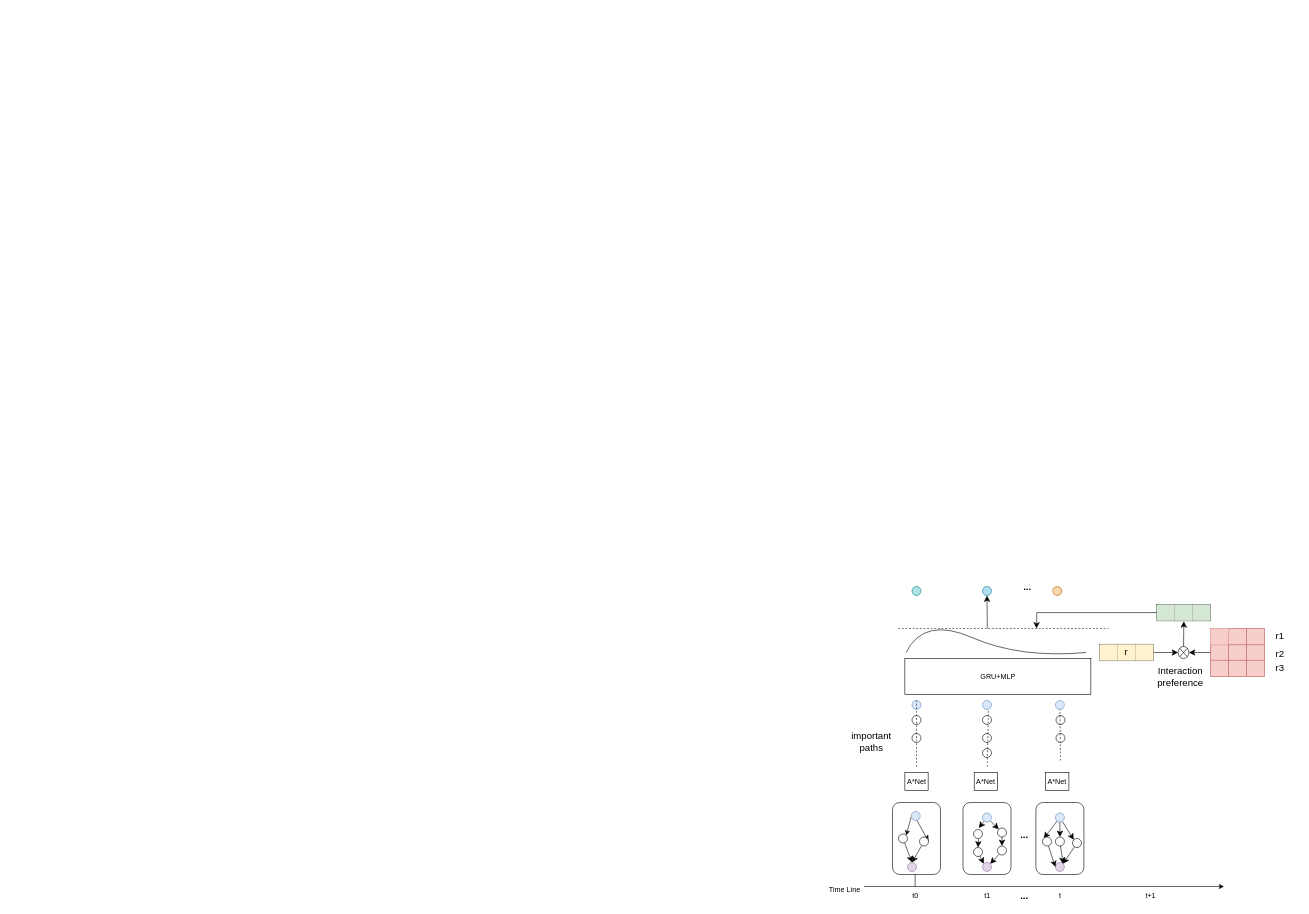
Earlier version of the draw.io diagram 未命名绘图.drawio (LNqwn/BISHE-GRAPH). Source tidied: cells renumbered, new cells numbered last; positions are measured from the earlier drawing's top-left corner, leaving out a move shared by most shapes. Both pictures are drawn from the tidied source at 60%, with x=0, y=0 at pixel (820, 577).
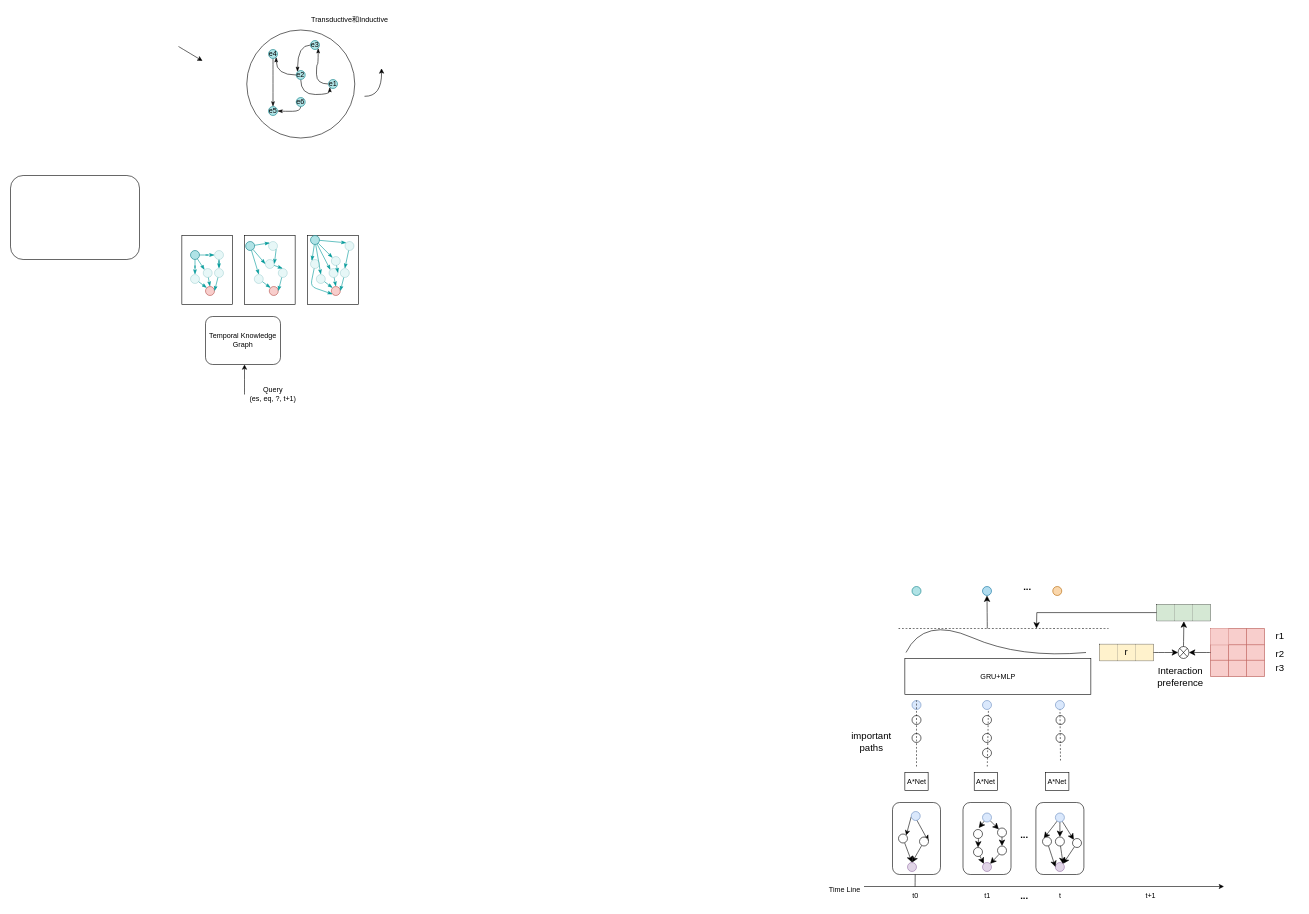
The same diagram, later.

Commit message (it also covers changes not shown here):
更新未命名绘图.drawio

What changed in the source:
```diff
@@
+    <mxCell id="105" value="Transductive和Inductive" style="text;html=1;align=center;verticalAlign=middle;strokeColor=none;fillColor=none;" parent="1" vertex="1">
+      <mxGeometry x="-860" y="-945" width="150" height="30" as="geometry" />
+    </mxCell>
+    <mxCell id="106" style="ellipse;whiteSpace=wrap;html=1;" parent="1" vertex="1">
+      <mxGeometry x="-956.2" y="-912.5" width="180" height="180" as="geometry" />
+    </mxCell>
+    <mxCell id="107" style="edgeStyle=orthogonalEdgeStyle;curved=1;rounded=0;jettySize=auto;html=1;entryX=0.5;entryY=0;entryDx=0;entryDy=0;endArrow=classicThin;endFill=1;" parent="1" edge="1" source="108" target="116">
+      <mxGeometry relative="1" as="geometry" />
+    </mxCell>
+    <mxCell id="108" value="e4" style="ellipse;whiteSpace=wrap;html=1;fillColor=#b0e3e6;strokeColor=#0e8088;" parent="1" vertex="1">
+      <mxGeometry x="-920" y="-880" width="15" height="15" as="geometry" />
+    </mxCell>
+    <mxCell id="109" style="edgeStyle=orthogonalEdgeStyle;curved=1;rounded=0;jettySize=auto;html=1;entryX=1;entryY=1;entryDx=0;entryDy=0;endArrow=classicThin;endFill=1;" parent="1" edge="1" source="110" target="118">
+      <mxGeometry relative="1" as="geometry">
+        <Array as="points">
+          <mxPoint x="-840" y="-822" />
+          <mxPoint x="-840" y="-855" />
+        </Array>
+      </mxGeometry>
+    </mxCell>
+    <mxCell id="110" value="e1" style="ellipse;whiteSpace=wrap;html=1;fillColor=#b0e3e6;strokeColor=#0e8088;" parent="1" vertex="1">
+      <mxGeometry x="-820" y="-830" width="15" height="15" as="geometry" />
+    </mxCell>
+    <mxCell id="111" style="edgeStyle=orthogonalEdgeStyle;curved=1;rounded=0;jettySize=auto;html=1;entryX=1;entryY=0.5;entryDx=0;entryDy=0;endArrow=classicThin;endFill=1;" parent="1" edge="1" source="112" target="116">
+      <mxGeometry relative="1" as="geometry">
+        <Array as="points">
+          <mxPoint x="-866" y="-777" />
+          <mxPoint x="-894" y="-777" />
+        </Array>
+      </mxGeometry>
+    </mxCell>
+    <mxCell id="112" value="e6" style="ellipse;whiteSpace=wrap;html=1;fillColor=#b0e3e6;strokeColor=#0e8088;" parent="1" vertex="1">
+      <mxGeometry x="-873.8" y="-800" width="15" height="15" as="geometry" />
+    </mxCell>
+    <mxCell id="113" style="edgeStyle=orthogonalEdgeStyle;curved=1;rounded=0;jettySize=auto;html=1;entryX=1;entryY=1;entryDx=0;entryDy=0;endArrow=classicThin;endFill=1;" parent="1" edge="1" source="115" target="108">
+      <mxGeometry relative="1" as="geometry" />
+    </mxCell>
+    <mxCell id="114" style="edgeStyle=orthogonalEdgeStyle;curved=1;rounded=0;jettySize=auto;html=1;entryX=0;entryY=1;entryDx=0;entryDy=0;endArrow=classicThin;endFill=1;" parent="1" edge="1" source="115" target="110">
+      <mxGeometry relative="1" as="geometry">
+        <Array as="points">
+          <mxPoint x="-866" y="-805" />
+          <mxPoint x="-818" y="-805" />
+        </Array>
+      </mxGeometry>
+    </mxCell>
+    <mxCell id="115" value="e2" style="ellipse;whiteSpace=wrap;html=1;fillColor=#b0e3e6;strokeColor=#0e8088;" parent="1" vertex="1">
+      <mxGeometry x="-873.8" y="-845" width="15" height="15" as="geometry" />
+    </mxCell>
+    <mxCell id="116" value="e5" style="ellipse;whiteSpace=wrap;html=1;fillColor=#b0e3e6;strokeColor=#0e8088;" parent="1" vertex="1">
+      <mxGeometry x="-920" y="-785" width="15" height="15" as="geometry" />
+    </mxCell>
+    <mxCell id="117" style="edgeStyle=orthogonalEdgeStyle;curved=1;rounded=0;jettySize=auto;html=1;entryX=0;entryY=0;entryDx=0;entryDy=0;endArrow=classicThin;endFill=1;" parent="1" edge="1" source="118" target="115">
+      <mxGeometry relative="1" as="geometry" />
+    </mxCell>
+    <mxCell id="118" value="e3" style="ellipse;whiteSpace=wrap;html=1;fillColor=#b0e3e6;strokeColor=#0e8088;" parent="1" vertex="1">
+      <mxGeometry x="-850" y="-895" width="15" height="15" as="geometry" />
+    </mxCell>
+    <mxCell id="119" style="endArrow=classic;html=1;rounded=0;curved=1;entryX=0.5;entryY=0;entryDx=0;entryDy=0;" parent="1" edge="1">
+      <mxGeometry relative="1" as="geometry">
+        <mxPoint x="-1070" y="-885" as="sourcePoint" />
+        <mxPoint x="-1030" y="-861" as="targetPoint" />
+      </mxGeometry>
+    </mxCell>
+    <mxCell id="120" style="endArrow=classic;html=1;rounded=0;exitX=1;exitY=1;exitDx=0;exitDy=0;edgeStyle=orthogonalEdgeStyle;curved=1;" parent="1" edge="1">
+      <mxGeometry relative="1" as="geometry">
+        <mxPoint x="-760" y="-802" as="sourcePoint" />
+        <mxPoint x="-731.6" y="-848.5" as="targetPoint" />
+      </mxGeometry>
+    </mxCell>
+    <mxCell id="121" value="Temporal Knowledge&lt;div&gt;Graph&lt;/div&gt;" style="rounded=1;whiteSpace=wrap;html=1;" parent="1" vertex="1">
+      <mxGeometry x="-1025" y="-435" width="125" height="80" as="geometry" />
+    </mxCell>
+    <mxCell id="122" style="endArrow=classic;html=1;rounded=0;curved=1;" parent="1" edge="1">
+      <mxGeometry relative="1" as="geometry">
+        <mxPoint x="-960" y="-305" as="sourcePoint" />
+        <mxPoint x="-960" y="-355" as="targetPoint" />
+      </mxGeometry>
+    </mxCell>
+    <mxCell id="123" value="Query&lt;div&gt;(es, eq, ?, t+1)&lt;/div&gt;" style="text;html=1;align=center;verticalAlign=middle;whiteSpace=wrap;rounded=0;" parent="1" vertex="1">
+      <mxGeometry x="-960" y="-315" width="95" height="20" as="geometry" />
+    </mxCell>
+    <mxCell id="124" style="rounded=1;whiteSpace=wrap;html=1;" parent="1" vertex="1">
+      <mxGeometry x="-1350" y="-670" width="215" height="140" as="geometry" />
+    </mxCell>
+    <mxCell id="125" style="rounded=0;whiteSpace=wrap;html=1;" parent="1" vertex="1">
+      <mxGeometry x="-1064.4" y="-570" width="84.4" height="115" as="geometry" />
+    </mxCell>
+    <mxCell id="126" style="edgeStyle=orthogonalEdgeStyle;curved=1;rounded=0;jettySize=auto;html=1;entryX=0.5;entryY=0;entryDx=0;entryDy=0;strokeColor=#009999;endArrow=classicThin;endFill=1;" parent="1" edge="1" source="129" target="134">
+      <mxGeometry relative="1" as="geometry" />
+    </mxCell>
+    <mxCell id="127" style="edgeStyle=orthogonalEdgeStyle;curved=1;rounded=0;jettySize=auto;html=1;entryX=0;entryY=0.5;entryDx=0;entryDy=0;strokeColor=#009999;align=center;verticalAlign=middle;fontFamily=Helvetica;fontSize=11;fontColor=default;labelBackgroundColor=default;endArrow=classicThin;endFill=1;" parent="1" edge="1" source="129" target="132">
+      <mxGeometry relative="1" as="geometry" />
+    </mxCell>
+    <mxCell id="128" style="rounded=0;jettySize=auto;html=1;entryX=0;entryY=0;entryDx=0;entryDy=0;strokeColor=#009999;align=center;verticalAlign=middle;fontFamily=Helvetica;fontSize=11;fontColor=default;labelBackgroundColor=default;endArrow=classicThin;endFill=1;" parent="1" edge="1" source="129" target="138">
+      <mxGeometry relative="1" as="geometry" />
+    </mxCell>
+    <mxCell id="129" style="ellipse;whiteSpace=wrap;html=1;fillColor=#b0e3e6;strokeColor=#0e8088;" parent="1" vertex="1">
+      <mxGeometry x="-1050" y="-545" width="15" height="15" as="geometry" />
+    </mxCell>
+    <mxCell id="130" style="ellipse;whiteSpace=wrap;html=1;fillColor=#f8cecc;strokeColor=#b85450;" parent="1" vertex="1">
+      <mxGeometry x="-1025" y="-485" width="15" height="15" as="geometry" />
+    </mxCell>
+    <mxCell id="131" style="edgeStyle=orthogonalEdgeStyle;curved=1;rounded=0;jettySize=auto;html=1;entryX=0.5;entryY=0;entryDx=0;entryDy=0;strokeColor=#009999;align=center;verticalAlign=middle;fontFamily=Helvetica;fontSize=11;fontColor=default;labelBackgroundColor=default;endArrow=classicThin;endFill=1;" parent="1" edge="1" source="132" target="136">
+      <mxGeometry relative="1" as="geometry" />
+    </mxCell>
+    <mxCell id="132" style="ellipse;whiteSpace=wrap;html=1;fillColor=#b0e3e6;strokeColor=#0e8088;opacity=30;" parent="1" vertex="1">
+      <mxGeometry x="-1010" y="-545" width="15" height="15" as="geometry" />
+    </mxCell>
+    <mxCell id="133" style="rounded=0;jettySize=auto;html=1;entryX=0;entryY=0;entryDx=0;entryDy=0;endArrow=classicThin;endFill=1;strokeColor=#009999;" parent="1" edge="1" source="134" target="130">
+      <mxGeometry relative="1" as="geometry" />
+    </mxCell>
+    <mxCell id="134" style="ellipse;whiteSpace=wrap;html=1;fillColor=#b0e3e6;strokeColor=#0e8088;opacity=30;" parent="1" vertex="1">
+      <mxGeometry x="-1050" y="-505" width="15" height="15" as="geometry" />
+    </mxCell>
+    <mxCell id="135" style="rounded=0;jettySize=auto;html=1;entryX=1;entryY=0.5;entryDx=0;entryDy=0;strokeColor=#009999;align=center;verticalAlign=middle;fontFamily=Helvetica;fontSize=11;fontColor=default;labelBackgroundColor=default;endArrow=classicThin;endFill=1;" parent="1" edge="1" source="136" target="130">
+      <mxGeometry relative="1" as="geometry" />
+    </mxCell>
+    <mxCell id="136" style="ellipse;whiteSpace=wrap;html=1;fillColor=#b0e3e6;strokeColor=#0e8088;opacity=30;" parent="1" vertex="1">
+      <mxGeometry x="-1010" y="-515" width="15" height="15" as="geometry" />
+    </mxCell>
+    <mxCell id="137" style="edgeStyle=none;rounded=0;jettySize=auto;html=1;entryX=0.5;entryY=0;entryDx=0;entryDy=0;strokeColor=#009999;align=center;verticalAlign=middle;fontFamily=Helvetica;fontSize=11;fontColor=default;labelBackgroundColor=default;endArrow=classicThin;endFill=1;" parent="1" edge="1" source="138" target="130">
+      <mxGeometry relative="1" as="geometry" />
+    </mxCell>
+    <mxCell id="138" style="ellipse;whiteSpace=wrap;html=1;fillColor=#b0e3e6;strokeColor=#0e8088;opacity=30;" parent="1" vertex="1">
+      <mxGeometry x="-1028.8" y="-515" width="15" height="15" as="geometry" />
+    </mxCell>
+    <mxCell id="139" style="rounded=0;whiteSpace=wrap;html=1;" parent="1" vertex="1">
+      <mxGeometry x="-960" y="-570" width="84.4" height="115" as="geometry" />
+    </mxCell>
+    <mxCell id="140" style="rounded=0;jettySize=auto;html=1;entryX=0.5;entryY=0;entryDx=0;entryDy=0;strokeColor=#009999;endArrow=classicThin;endFill=1;" parent="1" edge="1" source="143" target="148">
+      <mxGeometry relative="1" as="geometry" />
+    </mxCell>
+    <mxCell id="141" style="rounded=0;jettySize=auto;html=1;entryX=0;entryY=0.5;entryDx=0;entryDy=0;strokeColor=#009999;align=center;verticalAlign=middle;fontFamily=Helvetica;fontSize=11;fontColor=default;labelBackgroundColor=default;endArrow=classicThin;endFill=1;" parent="1" edge="1" source="143" target="146">
+      <mxGeometry relative="1" as="geometry" />
+    </mxCell>
+    <mxCell id="142" style="rounded=0;jettySize=auto;html=1;entryX=0;entryY=0;entryDx=0;entryDy=0;strokeColor=#009999;align=center;verticalAlign=middle;fontFamily=Helvetica;fontSize=11;fontColor=default;labelBackgroundColor=default;endArrow=classicThin;endFill=1;" parent="1" edge="1" source="143" target="152">
+      <mxGeometry relative="1" as="geometry" />
+    </mxCell>
+    <mxCell id="143" style="ellipse;whiteSpace=wrap;html=1;fillColor=#b0e3e6;strokeColor=#0e8088;" parent="1" vertex="1">
+      <mxGeometry x="-958.1" y="-560" width="15" height="15" as="geometry" />
+    </mxCell>
+    <mxCell id="144" style="ellipse;whiteSpace=wrap;html=1;fillColor=#f8cecc;strokeColor=#b85450;" parent="1" vertex="1">
+      <mxGeometry x="-918.7" y="-485" width="15" height="15" as="geometry" />
+    </mxCell>
+    <mxCell id="145" style="rounded=0;jettySize=auto;html=1;entryX=0.5;entryY=0;entryDx=0;entryDy=0;strokeColor=#009999;align=center;verticalAlign=middle;fontFamily=Helvetica;fontSize=11;fontColor=default;labelBackgroundColor=default;endArrow=classicThin;endFill=1;" parent="1" edge="1" source="146" target="150">
+      <mxGeometry relative="1" as="geometry" />
+    </mxCell>
+    <mxCell id="146" style="ellipse;whiteSpace=wrap;html=1;fillColor=#b0e3e6;strokeColor=#0e8088;opacity=30;" parent="1" vertex="1">
+      <mxGeometry x="-925.3" y="-530" width="15" height="15" as="geometry" />
+    </mxCell>
+    <mxCell id="147" style="rounded=0;jettySize=auto;html=1;entryX=0;entryY=0;entryDx=0;entryDy=0;endArrow=classicThin;endFill=1;strokeColor=#009999;" parent="1" edge="1" source="148" target="144">
+      <mxGeometry relative="1" as="geometry" />
+    </mxCell>
+    <mxCell id="148" style="ellipse;whiteSpace=wrap;html=1;fillColor=#b0e3e6;strokeColor=#0e8088;opacity=30;" parent="1" vertex="1">
+      <mxGeometry x="-943.7" y="-505" width="15" height="15" as="geometry" />
+    </mxCell>
+    <mxCell id="149" style="rounded=0;jettySize=auto;html=1;entryX=1;entryY=0.5;entryDx=0;entryDy=0;strokeColor=#009999;align=center;verticalAlign=middle;fontFamily=Helvetica;fontSize=11;fontColor=default;labelBackgroundColor=default;endArrow=classicThin;endFill=1;" parent="1" edge="1" source="150" target="144">
+      <mxGeometry relative="1" as="geometry" />
+    </mxCell>
+    <mxCell id="150" style="ellipse;whiteSpace=wrap;html=1;fillColor=#b0e3e6;strokeColor=#0e8088;opacity=30;" parent="1" vertex="1">
+      <mxGeometry x="-903.7" y="-515" width="15" height="15" as="geometry" />
+    </mxCell>
+    <mxCell id="151" style="rounded=0;jettySize=auto;html=1;entryX=1;entryY=0.5;entryDx=0;entryDy=0;strokeColor=#009999;align=center;verticalAlign=middle;fontFamily=Helvetica;fontSize=11;fontColor=default;labelBackgroundColor=default;endArrow=classicThin;endFill=1;exitX=1;exitY=1;exitDx=0;exitDy=0;" parent="1" edge="1" source="152" target="146">
+      <mxGeometry relative="1" as="geometry" />
+    </mxCell>
+    <mxCell id="152" style="ellipse;whiteSpace=wrap;html=1;fillColor=#b0e3e6;strokeColor=#0e8088;opacity=30;" parent="1" vertex="1">
+      <mxGeometry x="-920" y="-560" width="15" height="15" as="geometry" />
+    </mxCell>
+    <mxCell id="153" style="rounded=0;whiteSpace=wrap;html=1;" parent="1" vertex="1">
+      <mxGeometry x="-854.7" y="-570" width="84.4" height="115" as="geometry" />
+    </mxCell>
+    <mxCell id="154" style="rounded=0;jettySize=auto;html=1;entryX=0.5;entryY=0;entryDx=0;entryDy=0;strokeColor=#009999;endArrow=classicThin;endFill=1;" parent="1" edge="1" source="160" target="165">
+      <mxGeometry relative="1" as="geometry" />
+    </mxCell>
+    <mxCell id="155" style="rounded=0;jettySize=auto;html=1;strokeColor=#009999;align=center;verticalAlign=middle;fontFamily=Helvetica;fontSize=11;fontColor=default;labelBackgroundColor=default;endArrow=classicThin;endFill=1;" parent="1" edge="1" source="160" target="153">
+      <mxGeometry relative="1" as="geometry" />
+    </mxCell>
+    <mxCell id="156" style="rounded=0;jettySize=auto;html=1;entryX=0;entryY=0;entryDx=0;entryDy=0;strokeColor=#009999;align=center;verticalAlign=middle;fontFamily=Helvetica;fontSize=11;fontColor=default;labelBackgroundColor=default;endArrow=classicThin;endFill=1;" parent="1" edge="1" source="160" target="169">
+      <mxGeometry relative="1" as="geometry" />
+    </mxCell>
+    <mxCell id="157" style="edgeStyle=none;rounded=0;jettySize=auto;html=1;entryX=0;entryY=0;entryDx=0;entryDy=0;strokeColor=#009999;align=center;verticalAlign=middle;fontFamily=Helvetica;fontSize=11;fontColor=default;labelBackgroundColor=default;endArrow=classicThin;endFill=1;" parent="1" edge="1" source="160" target="173">
+      <mxGeometry relative="1" as="geometry" />
+    </mxCell>
+    <mxCell id="158" style="edgeStyle=none;rounded=0;jettySize=auto;html=1;entryX=0;entryY=0;entryDx=0;entryDy=0;strokeColor=#009999;align=center;verticalAlign=middle;fontFamily=Helvetica;fontSize=11;fontColor=default;labelBackgroundColor=default;endArrow=classicThin;endFill=1;" parent="1" edge="1" source="160" target="163">
+      <mxGeometry relative="1" as="geometry" />
+    </mxCell>
+    <mxCell id="159" style="edgeStyle=none;rounded=0;jettySize=auto;html=1;entryX=0;entryY=0;entryDx=0;entryDy=0;strokeColor=#009999;align=center;verticalAlign=middle;fontFamily=Helvetica;fontSize=11;fontColor=default;labelBackgroundColor=default;endArrow=classicThin;endFill=1;" parent="1" edge="1" source="160" target="171">
+      <mxGeometry relative="1" as="geometry" />
+    </mxCell>
+    <mxCell id="160" style="ellipse;whiteSpace=wrap;html=1;fillColor=#b0e3e6;strokeColor=#0e8088;" parent="1" vertex="1">
+      <mxGeometry x="-850" y="-570" width="15" height="15" as="geometry" />
+    </mxCell>
+    <mxCell id="161" style="ellipse;whiteSpace=wrap;html=1;fillColor=#f8cecc;strokeColor=#b85450;" parent="1" vertex="1">
+      <mxGeometry x="-815.3" y="-485" width="15" height="15" as="geometry" />
+    </mxCell>
+    <mxCell id="162" style="rounded=0;jettySize=auto;html=1;entryX=0.5;entryY=0;entryDx=0;entryDy=0;strokeColor=#009999;align=center;verticalAlign=middle;fontFamily=Helvetica;fontSize=11;fontColor=default;labelBackgroundColor=default;endArrow=classicThin;endFill=1;" parent="1" edge="1" source="163" target="167">
+      <mxGeometry relative="1" as="geometry" />
+    </mxCell>
+    <mxCell id="163" style="ellipse;whiteSpace=wrap;html=1;fillColor=#b0e3e6;strokeColor=#0e8088;opacity=30;" parent="1" vertex="1">
+      <mxGeometry x="-792.5" y="-560" width="15" height="15" as="geometry" />
+    </mxCell>
+    <mxCell id="164" style="rounded=0;jettySize=auto;html=1;entryX=0;entryY=0;entryDx=0;entryDy=0;endArrow=classicThin;endFill=1;strokeColor=#009999;" parent="1" edge="1" source="165" target="161">
+      <mxGeometry relative="1" as="geometry" />
+    </mxCell>
+    <mxCell id="165" style="ellipse;whiteSpace=wrap;html=1;fillColor=#b0e3e6;strokeColor=#0e8088;opacity=30;" parent="1" vertex="1">
+      <mxGeometry x="-840.3" y="-505" width="15" height="15" as="geometry" />
+    </mxCell>
+    <mxCell id="166" style="rounded=0;jettySize=auto;html=1;entryX=1;entryY=0.5;entryDx=0;entryDy=0;strokeColor=#009999;align=center;verticalAlign=middle;fontFamily=Helvetica;fontSize=11;fontColor=default;labelBackgroundColor=default;endArrow=classicThin;endFill=1;" parent="1" edge="1" source="167" target="161">
+      <mxGeometry relative="1" as="geometry" />
+    </mxCell>
+    <mxCell id="167" style="ellipse;whiteSpace=wrap;html=1;fillColor=#b0e3e6;strokeColor=#0e8088;opacity=30;" parent="1" vertex="1">
+      <mxGeometry x="-800.3" y="-515" width="15" height="15" as="geometry" />
+    </mxCell>
+    <mxCell id="168" style="edgeStyle=none;rounded=0;jettySize=auto;html=1;entryX=0.5;entryY=0;entryDx=0;entryDy=0;strokeColor=#009999;align=center;verticalAlign=middle;fontFamily=Helvetica;fontSize=11;fontColor=default;labelBackgroundColor=default;endArrow=classicThin;endFill=1;" parent="1" edge="1" source="169" target="161">
+      <mxGeometry relative="1" as="geometry" />
+    </mxCell>
+    <mxCell id="169" style="ellipse;whiteSpace=wrap;html=1;fillColor=#b0e3e6;strokeColor=#0e8088;opacity=30;" parent="1" vertex="1">
+      <mxGeometry x="-819.1" y="-515" width="15" height="15" as="geometry" />
+    </mxCell>
+    <mxCell id="170" style="edgeStyle=none;rounded=0;jettySize=auto;html=1;entryX=1;entryY=0.5;entryDx=0;entryDy=0;strokeColor=#009999;align=center;verticalAlign=middle;fontFamily=Helvetica;fontSize=11;fontColor=default;labelBackgroundColor=default;endArrow=classicThin;endFill=1;" parent="1" edge="1" source="171" target="169">
+      <mxGeometry relative="1" as="geometry" />
+    </mxCell>
+    <mxCell id="171" style="ellipse;whiteSpace=wrap;html=1;fillColor=#b0e3e6;strokeColor=#0e8088;opacity=30;" parent="1" vertex="1">
+      <mxGeometry x="-815.3" y="-535" width="15" height="15" as="geometry" />
+    </mxCell>
+    <mxCell id="172" style="edgeStyle=none;rounded=1;jettySize=auto;html=1;entryX=0;entryY=1;entryDx=0;entryDy=0;strokeColor=#009999;align=center;verticalAlign=middle;fontFamily=Helvetica;fontSize=11;fontColor=default;labelBackgroundColor=default;endArrow=classicThin;endFill=1;curved=0;" parent="1" edge="1" source="173" target="161">
+      <mxGeometry relative="1" as="geometry">
+        <Array as="points">
+          <mxPoint x="-850" y="-485" />
+        </Array>
+      </mxGeometry>
+    </mxCell>
+    <mxCell id="173" style="ellipse;whiteSpace=wrap;html=1;fillColor=#b0e3e6;strokeColor=#0e8088;opacity=30;" parent="1" vertex="1">
+      <mxGeometry x="-850" y="-530" width="15" height="15" as="geometry" />
+    </mxCell>
```
